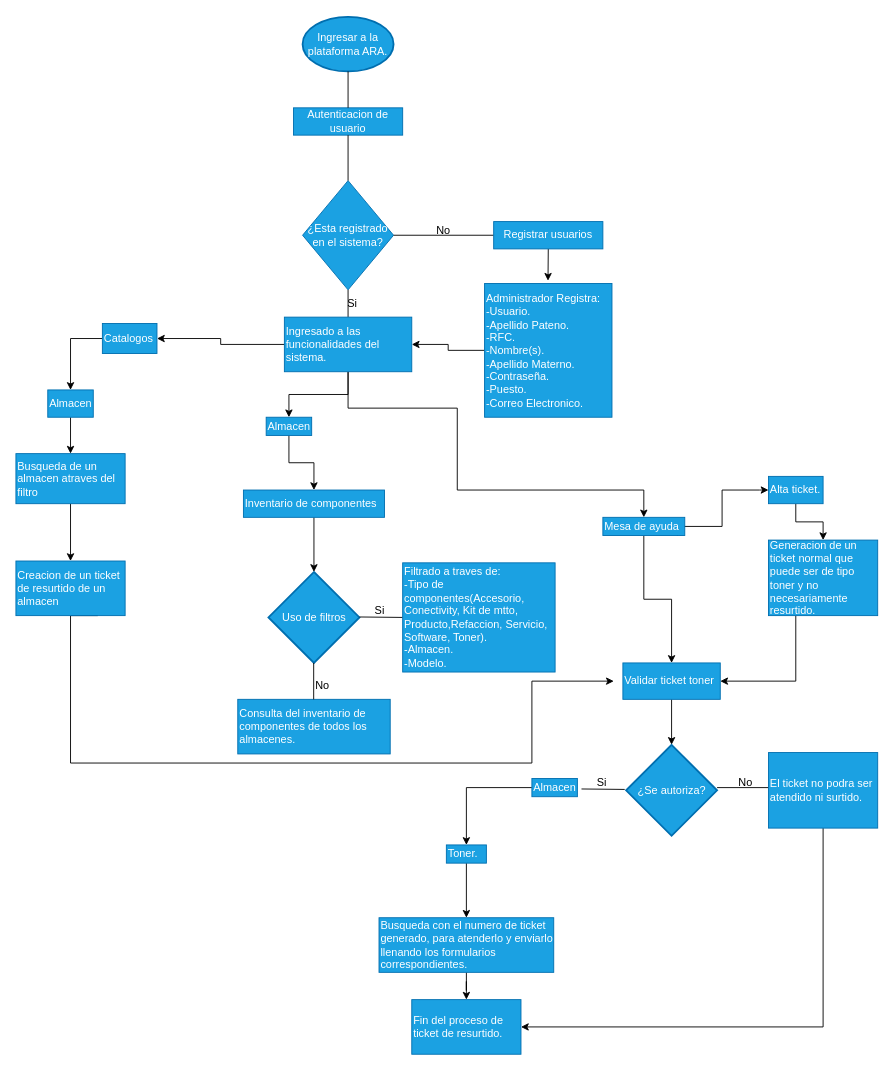
The draw.io diagram diagrama de flujo resurtido.drawio in Agustin841155/Diagramas, before the edit. Source tidied: cells renumbered, new cells numbered last; positions are measured from the earlier drawing's top-left corner, leaving out a move shared by most shapes. Both pictures are drawn from the tidied source at 91%, with x=0, y=0 at pixel (15, 16).
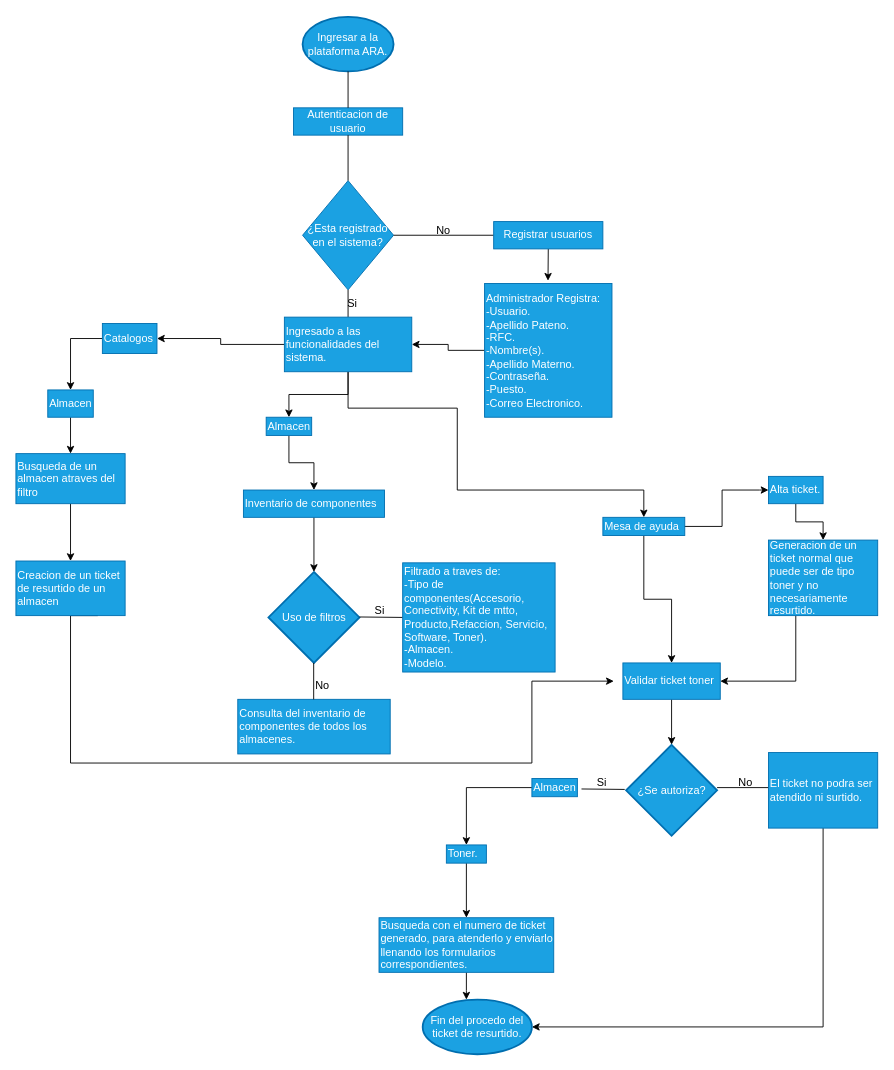
The same page after the edit.

The change refers to these unchanged cells:
```xml
<mxCell id="53" value="El ticket no podra ser atendido ni surtido." style="whiteSpace=wrap;html=1;align=left;fillColor=#1ba1e2;strokeColor=#006EAF;fontColor=#ffffff;rounded=0;" parent="1" vertex="1">
  <mxGeometry x="827" y="808.5" width="120" height="83" as="geometry" />
</mxCell>
<mxCell id="59" value="Busqueda con el numero de ticket generado, para atenderlo y enviarlo llenando los formularios correspondientes." style="whiteSpace=wrap;html=1;align=left;fillColor=#1ba1e2;strokeColor=#006EAF;fontColor=#ffffff;rounded=0;" parent="1" vertex="1">
  <mxGeometry x="399" y="990" width="192" height="60" as="geometry" />
</mxCell>
```

Diff of the diagram source:
```diff
@@
-    <mxCell id="52" style="edgeStyle=orthogonalEdgeStyle;rounded=0;jettySize=auto;html=1;exitX=0.5;exitY=1;exitDx=0;exitDy=0;entryX=1;entryY=0.5;entryDx=0;entryDy=0;" parent="1" edge="1" source="53" target="60">
-      <mxGeometry relative="1" as="geometry" />
+    <mxCell id="52" style="edgeStyle=orthogonalEdgeStyle;rounded=0;jettySize=auto;html=1;exitX=0.5;exitY=1;exitDx=0;exitDy=0;entryX=1;entryY=0.5;entryDx=0;entryDy=0;entryPerimeter=0;" parent="1" edge="1" source="53" target="61">
+      <mxGeometry relative="1" as="geometry">
+        <Array as="points">
+          <mxPoint x="887" y="1110" />
+        </Array>
+      </mxGeometry>
     </mxCell>
@@
-    <mxCell id="58" style="edgeStyle=orthogonalEdgeStyle;rounded=0;jettySize=auto;html=1;" parent="1" edge="1" source="59" target="60">
-      <mxGeometry relative="1" as="geometry" />
+    <mxCell id="58" style="edgeStyle=orthogonalEdgeStyle;rounded=0;jettySize=auto;html=1;" parent="1" edge="1" source="59">
+      <mxGeometry relative="1" as="geometry">
+        <mxPoint x="495" y="1080" as="targetPoint" />
+      </mxGeometry>
     </mxCell>
@@
-    <mxCell id="60" value="Fin del proceso de ticket de resurtido." style="whiteSpace=wrap;html=1;align=left;fillColor=#1ba1e2;strokeColor=#006EAF;fontColor=#ffffff;rounded=0;" parent="1" vertex="1">
-      <mxGeometry x="435" y="1080" width="120" height="60" as="geometry" />
-    </mxCell>
+    <mxCell id="61" value="Fin del procedo del ticket de resurtido." style="strokeWidth=2;html=1;shape=mxgraph.flowchart.start_1;whiteSpace=wrap;fillColor=#1ba1e2;fontColor=#ffffff;strokeColor=#006EAF;" parent="1" vertex="1">
+      <mxGeometry x="447" y="1080" width="120" height="60" as="geometry" />
+    </mxCell>
```
